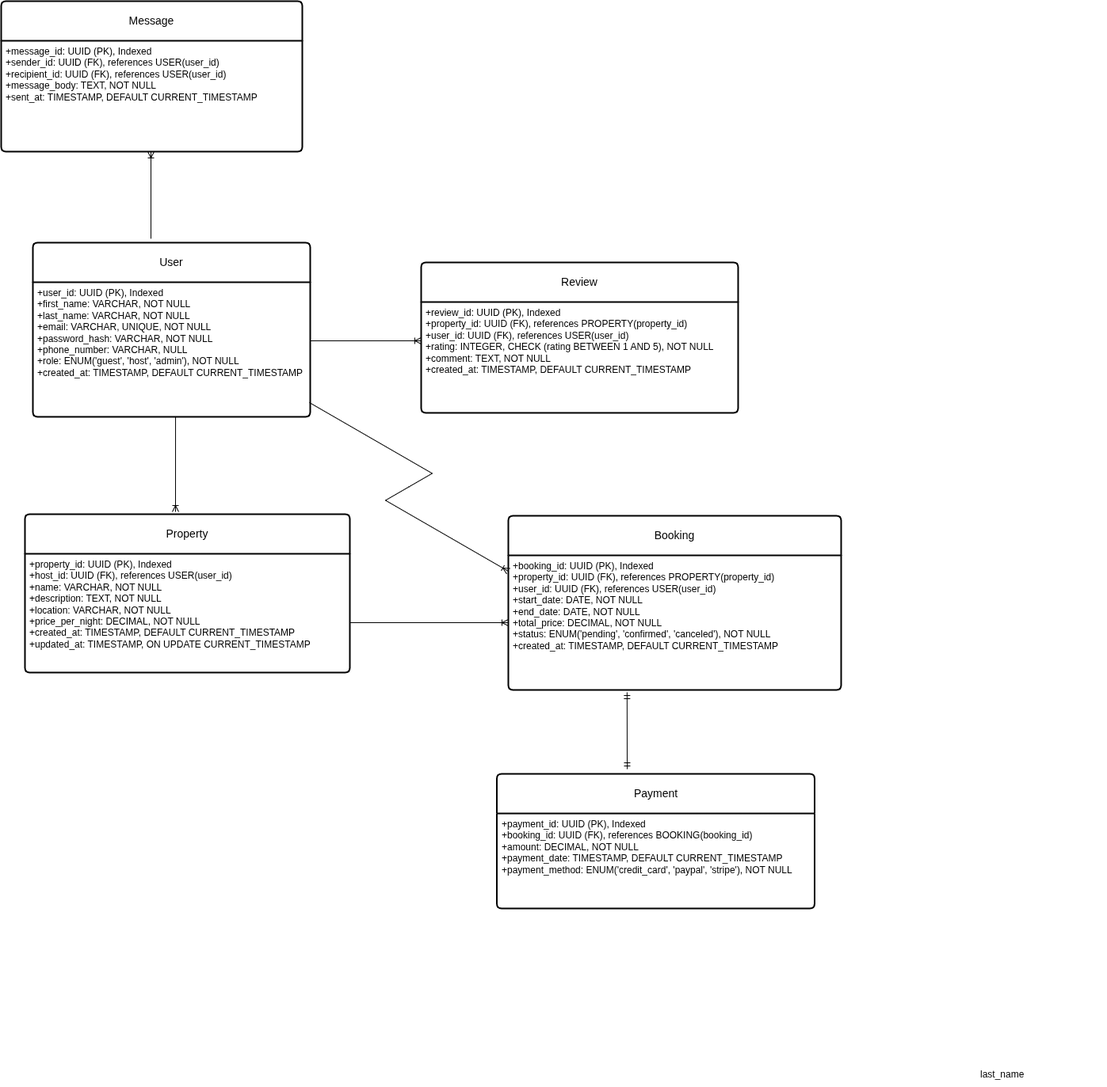
Earlier version of the draw.io export ERD/airbnb-erd-diagram.drawio.png (elainees-devs/alx-airbnb-database). Source tidied: cells renumbered, new cells last; positions are measured from the earlier drawing's top-left corner, leaving out a move shared by most shapes.
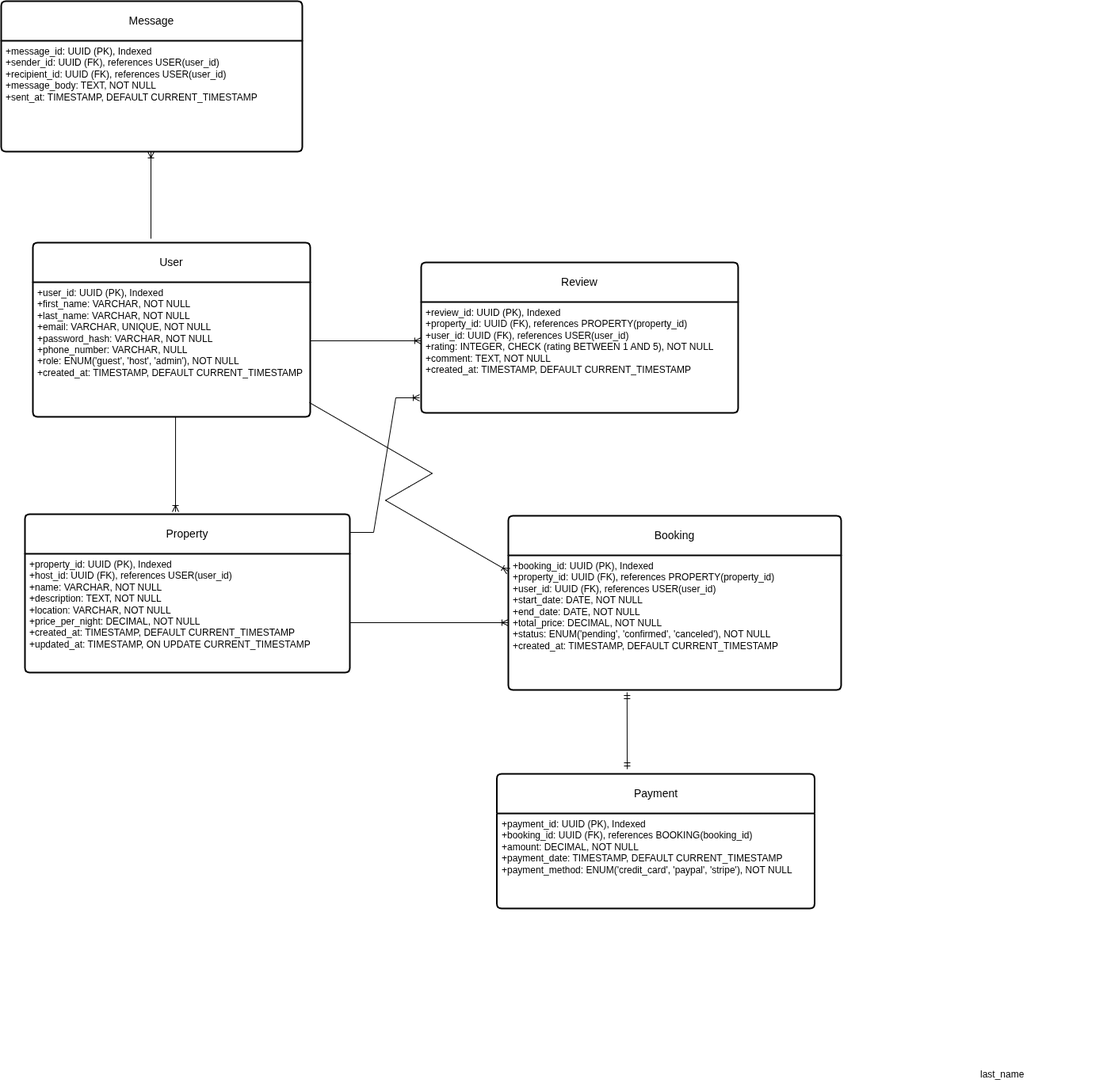
Above is the later version.

Commit message:
chore: Update erd diagram

The edit, as a diff of the source:
```diff
@@ -84,5 +84,13 @@
         <mxPoint x="789.8" y="873" as="targetPoint" />
       </mxGeometry>
     </mxCell>
+    <mxCell id="24" style="edgeStyle=entityRelationEdgeStyle;fontSize=12;html=1;endArrow=ERoneToMany;rounded=0;entryX=-0.005;entryY=0.864;entryDx=0;entryDy=0;entryPerimeter=0;" parent="5" edge="1" target="15">
+      <mxGeometry relative="1" as="geometry">
+        <mxPoint x="440" y="671" as="sourcePoint" />
+        <Array as="points">
+          <mxPoint x="488" y="391" />
+        </Array>
+      </mxGeometry>
+    </mxCell>
   </root>
 </mxGraphModel>
```
